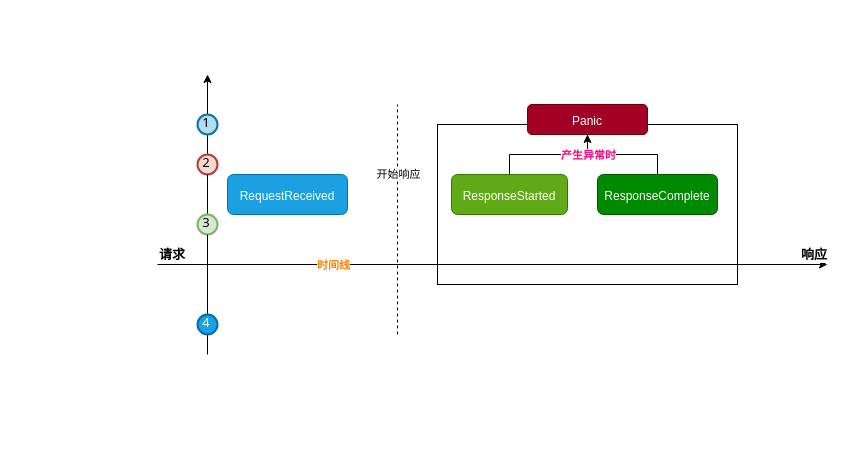
This is drawio/k8s审计日志.drawio from jpanda-cn/static-resources, a draw.io file, before an edit. Source tidied: cells renumbered, new cells numbered last; positions are measured from the earlier drawing's top-left corner, leaving out a move shared by most shapes. Both pictures are drawn from the tidied source at 100%, with x=0, y=0 at pixel (157, 74).
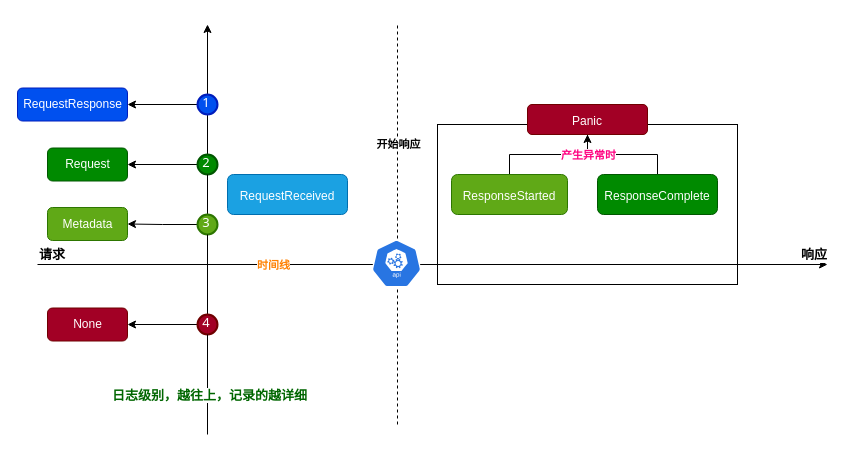
After the change.

Commit message (it also covers changes not shown here):
更新k8s审计日志.drawio

Diff of the diagram source:
```diff
@@
     <mxCell id="4" style="endArrow=classic;html=1;rounded=0;" parent="1" edge="1">
       <mxGeometry relative="1" as="geometry">
-        <mxPoint y="190" as="sourcePoint" />
+        <mxPoint x="-120" y="190" as="sourcePoint" />
         <mxPoint x="670" y="190" as="targetPoint" />
       </mxGeometry>
     </mxCell>
@@
     <mxCell id="14" style="endArrow=none;dashed=1;html=1;rounded=0;" parent="1" edge="1">
       <mxGeometry relative="1" as="geometry">
-        <mxPoint x="240" y="260" as="sourcePoint" />
-        <mxPoint x="240" y="30" as="targetPoint" />
+        <mxPoint x="240" y="350" as="sourcePoint" />
+        <mxPoint x="240" y="-50" as="targetPoint" />
       </mxGeometry>
     </mxCell>
-    <mxCell id="15" value="开始响应" style="edgeLabel;html=1;align=center;verticalAlign=middle;" parent="14" vertex="1">
+    <mxCell id="15" value="开始响应" style="edgeLabel;html=1;align=center;verticalAlign=middle;fontStyle=1;" parent="14" vertex="1">
       <mxGeometry x="0.41" y="3" relative="1" as="geometry">
         <mxPoint x="3" y="1" as="offset" />
       </mxGeometry>
     </mxCell>
-    <mxCell id="16" style="endArrow=classic;html=1;rounded=0;fontSize=13;fontColor=#FF8000;startArrow=none;" parent="1" edge="1">
+    <mxCell id="16" style="endArrow=classic;html=1;rounded=0;fontSize=13;fontColor=#FF8000;startArrow=none;" parent="1" edge="1" source="24">
       <mxGeometry relative="1" as="geometry">
-        <mxPoint x="50" y="40" as="sourcePoint" />
-        <mxPoint x="50" as="targetPoint" />
+        <mxPoint x="50" y="-50" as="targetPoint" />
       </mxGeometry>
     </mxCell>
-    <mxCell id="17" style="endArrow=none;html=1;rounded=0;fontSize=13;fontColor=#FF8000;startArrow=none;" parent="1" edge="1" source="18">
-      <mxGeometry relative="1" as="geometry">
-        <mxPoint x="50" y="60" as="targetPoint" />
-      </mxGeometry>
+    <mxCell id="17" style="endArrow=none;html=1;rounded=0;fontSize=13;fontColor=#FF8000;startArrow=none;entryX=0.5;entryY=1;entryDx=0;entryDy=0;" parent="1" edge="1" source="18" target="24">
+      <mxGeometry relative="1" as="geometry" />
     </mxCell>
+    <mxCell id="25" style="edgeStyle=orthogonalEdgeStyle;rounded=0;jettySize=auto;html=1;exitX=0;exitY=0.5;exitDx=0;exitDy=0;entryX=1;entryY=0.5;entryDx=0;entryDy=0;fontSize=13;fontColor=#FF8000;" parent="1" edge="1" source="18" target="31">
+      <mxGeometry relative="1" as="geometry" />
+    </mxCell>
-    <mxCell id="18" value="2" style="ellipse;whiteSpace=wrap;html=1;strokeWidth=2;fontFamily=Tahoma;spacingBottom=4;spacingRight=2;strokeColor=#ae4132;fontSize=13;fillColor=#fad9d5;" parent="1" vertex="1">
+    <mxCell id="18" value="2" style="ellipse;whiteSpace=wrap;html=1;strokeWidth=2;fontFamily=Tahoma;spacingBottom=4;spacingRight=2;strokeColor=#005700;fontSize=13;fillColor=#008a00;fontColor=#ffffff;" parent="1" vertex="1">
       <mxGeometry x="40" y="80" width="20" height="20" as="geometry" />
     </mxCell>
@@
+    <mxCell id="26" style="edgeStyle=orthogonalEdgeStyle;rounded=0;jettySize=auto;html=1;exitX=0;exitY=0.5;exitDx=0;exitDy=0;entryX=1;entryY=0.5;entryDx=0;entryDy=0;fontSize=13;fontColor=#FF8000;" parent="1" edge="1" source="20" target="30">
+      <mxGeometry relative="1" as="geometry" />
+    </mxCell>
-    <mxCell id="20" value="3" style="ellipse;whiteSpace=wrap;html=1;strokeWidth=2;fontFamily=Tahoma;spacingBottom=4;spacingRight=2;strokeColor=#82b366;fontSize=13;fillColor=#d5e8d4;" parent="1" vertex="1">
+    <mxCell id="20" value="3" style="ellipse;whiteSpace=wrap;html=1;strokeWidth=2;fontFamily=Tahoma;spacingBottom=4;spacingRight=2;strokeColor=#2D7600;fontSize=13;fillColor=#60a917;fontColor=#ffffff;" parent="1" vertex="1">
       <mxGeometry x="40" y="140" width="20" height="20" as="geometry" />
     </mxCell>
@@
+    <mxCell id="27" style="edgeStyle=orthogonalEdgeStyle;rounded=0;jettySize=auto;html=1;exitX=0;exitY=0.5;exitDx=0;exitDy=0;entryX=1;entryY=0.5;entryDx=0;entryDy=0;fontSize=13;fontColor=#FF8000;" parent="1" edge="1" source="22" target="29">
+      <mxGeometry relative="1" as="geometry" />
+    </mxCell>
-    <mxCell id="22" value="4" style="ellipse;whiteSpace=wrap;html=1;strokeWidth=2;fontFamily=Tahoma;spacingBottom=4;spacingRight=2;strokeColor=#006EAF;fontSize=13;fontColor=#ffffff;fillColor=#1ba1e2;" parent="1" vertex="1">
+    <mxCell id="22" value="4" style="ellipse;whiteSpace=wrap;html=1;strokeWidth=2;fontFamily=Tahoma;spacingBottom=4;spacingRight=2;strokeColor=#6F0000;fontSize=13;fontColor=#ffffff;fillColor=#a20025;" parent="1" vertex="1">
       <mxGeometry x="40" y="240" width="20" height="20" as="geometry" />
     </mxCell>
     <mxCell id="23" style="endArrow=none;html=1;rounded=0;fontSize=13;fontColor=#FF8000;" parent="1" edge="1" target="22">
       <mxGeometry relative="1" as="geometry">
-        <mxPoint x="50" y="280" as="sourcePoint" />
+        <mxPoint x="50" y="360" as="sourcePoint" />
       </mxGeometry>
     </mxCell>
+    <mxCell id="28" value="日志级别，越往上，记录的越详细" style="edgeLabel;html=1;align=center;verticalAlign=middle;fontSize=13;fontColor=#006600;fontStyle=1;" parent="23" vertex="1">
+      <mxGeometry x="-0.2" y="-1" relative="1" as="geometry" />
+    </mxCell>
+    <mxCell id="29" value="None" style="rounded=1;align=center;fillColor=#a20025;strokeColor=#6F0000;html=1;fontColor=#ffffff;fontSize=12;" parent="1" vertex="1">
+      <mxGeometry x="-110" y="233.5" width="80" height="33" as="geometry" />
+    </mxCell>
+    <mxCell id="30" value="Metadata" style="rounded=1;align=center;fillColor=#60a917;strokeColor=#2D7600;html=1;fontColor=#ffffff;fontSize=12;" parent="1" vertex="1">
+      <mxGeometry x="-110" y="133" width="80" height="33" as="geometry" />
+    </mxCell>
+    <mxCell id="31" value="Request" style="rounded=1;align=center;fillColor=#008a00;strokeColor=#005700;html=1;fontColor=#ffffff;fontSize=12;" parent="1" vertex="1">
+      <mxGeometry x="-110" y="73.5" width="80" height="33" as="geometry" />
+    </mxCell>
+    <mxCell id="32" style="edgeStyle=orthogonalEdgeStyle;rounded=0;jettySize=auto;html=1;exitX=0;exitY=0.5;exitDx=0;exitDy=0;entryX=1;entryY=0.5;entryDx=0;entryDy=0;fontSize=13;fontColor=#FF8000;" parent="1" edge="1" source="24" target="34">
+      <mxGeometry relative="1" as="geometry" />
+    </mxCell>
-    <mxCell id="24" value="1" style="ellipse;whiteSpace=wrap;html=1;strokeWidth=2;fontFamily=Tahoma;spacingBottom=4;spacingRight=2;strokeColor=#10739e;fontSize=13;fillColor=#b1ddf0;" parent="1" vertex="1">
-      <mxGeometry x="40" y="40" width="20" height="20" as="geometry" />
+    <mxCell id="24" value="1" style="ellipse;whiteSpace=wrap;html=1;strokeWidth=2;fontFamily=Tahoma;spacingBottom=4;spacingRight=2;strokeColor=#001DBC;fontSize=13;fillColor=#0050ef;fontColor=#ffffff;" parent="1" vertex="1">
+      <mxGeometry x="40" y="20" width="20" height="20" as="geometry" />
     </mxCell>
+    <mxCell id="33" style="endArrow=none;html=1;rounded=0;fontSize=13;fontColor=#FF8000;startArrow=none;" parent="1" edge="1" target="24">
+      <mxGeometry relative="1" as="geometry">
+        <mxPoint x="50" y="40" as="sourcePoint" />
+      </mxGeometry>
+    </mxCell>
+    <mxCell id="34" value="RequestResponse" style="rounded=1;align=center;fillColor=#0050ef;strokeColor=#001DBC;html=1;fontColor=#ffffff;fontSize=12;" parent="1" vertex="1">
+      <mxGeometry x="-140" y="13.5" width="110" height="33" as="geometry" />
+    </mxCell>
+    <mxCell id="35" style="sketch=0;html=1;dashed=0;whitespace=wrap;fillColor=#2875E2;strokeColor=#ffffff;verticalLabelPosition=bottom;align=center;verticalAlign=top;shape=mxgraph.kubernetes.icon;prIcon=api;fontSize=13;fontColor=#006600;" parent="1" vertex="1">
+      <mxGeometry x="214" y="165" width="50" height="48" as="geometry" />
+    </mxCell>
```
